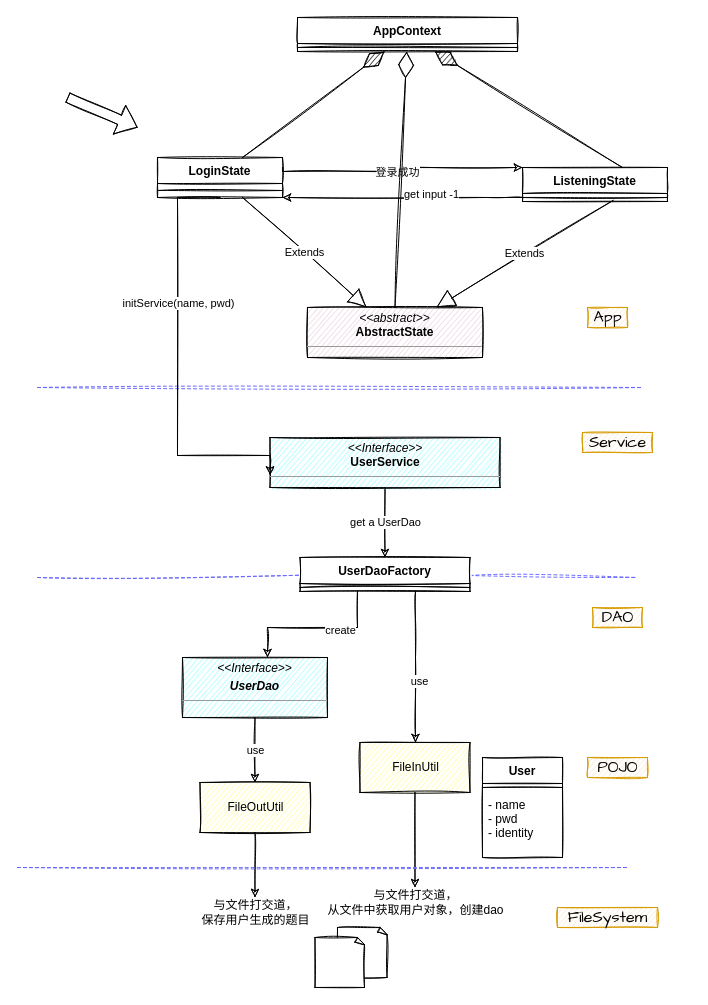
The draw.io diagram Untitled Diagram.drawio in bankarian/pics, before the edit. Source tidied: cells renumbered, new cells numbered last; positions are measured from the earlier drawing's top-left corner, leaving out a move shared by most shapes. Both pictures are drawn from the tidied source at 100%, with x=0, y=0 at pixel (17, 17).
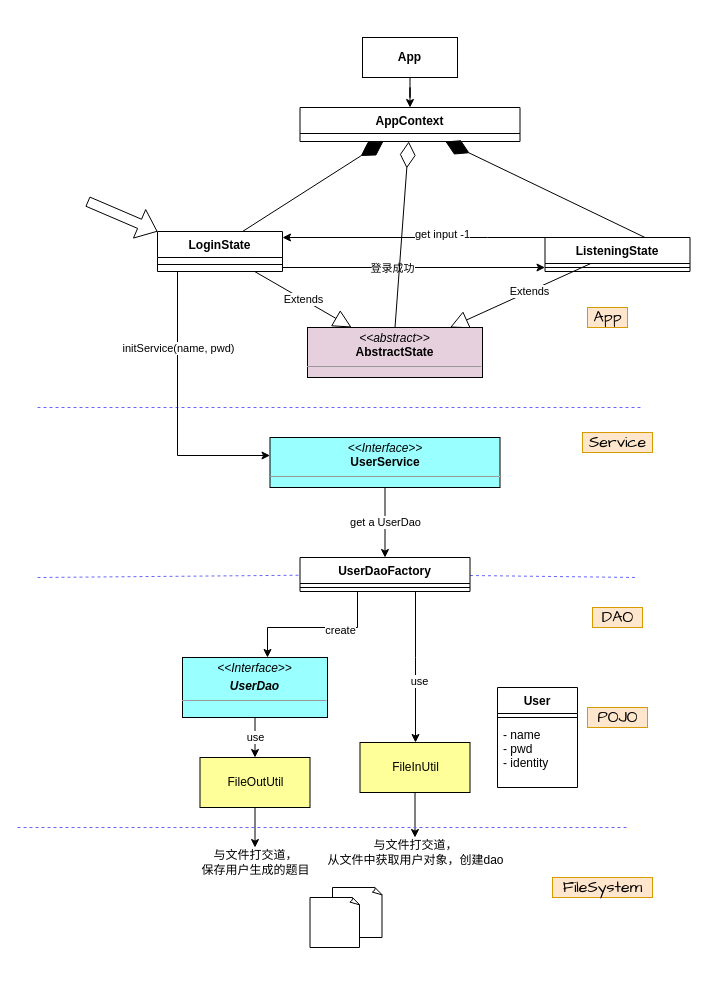
Above is the later version.

What changed in the source:
```diff
@@
-    <mxCell id="2" style="endArrow=none;dashed=1;html=1;sketch=1;strokeColor=#6666FF;" parent="1" edge="1" source="49">
+    <mxCell id="2" style="endArrow=none;dashed=1;html=1;strokeColor=#6666FF;" parent="1" edge="1" source="49">
       <mxGeometry relative="1" as="geometry">
         <mxPoint x="620" y="560" as="targetPoint" />
       </mxGeometry>
     </mxCell>
-    <mxCell id="3" value="DAO" style="text;html=1;align=center;verticalAlign=middle;fillColor=#ffe6cc;strokeColor=#d79b00;fontFamily=Comic Sans MS;fontSize=16;sketch=1;" parent="1" vertex="1">
+    <mxCell id="3" value="DAO" style="text;html=1;align=center;verticalAlign=middle;fillColor=#ffe6cc;strokeColor=#d79b00;fontFamily=Comic Sans MS;fontSize=16;" parent="1" vertex="1">
       <mxGeometry x="575" y="590" width="50" height="20" as="geometry" />
     </mxCell>
-    <mxCell id="4" style="endArrow=none;dashed=1;html=1;sketch=1;strokeColor=#6666FF;" parent="1" edge="1">
+    <mxCell id="4" style="endArrow=none;dashed=1;html=1;strokeColor=#6666FF;" parent="1" edge="1">
       <mxGeometry relative="1" as="geometry">
-        <mxPoint x="20" y="370" as="sourcePoint" />
-        <mxPoint x="625" y="370" as="targetPoint" />
+        <mxPoint x="20" y="390" as="sourcePoint" />
+        <mxPoint x="625" y="390" as="targetPoint" />
       </mxGeometry>
     </mxCell>
-    <mxCell id="5" value="Service" style="text;html=1;align=center;verticalAlign=middle;fillColor=#ffe6cc;strokeColor=#d79b00;fontFamily=Comic Sans MS;fontSize=16;sketch=1;" parent="1" vertex="1">
+    <mxCell id="5" value="Service" style="text;html=1;align=center;verticalAlign=middle;fillColor=#ffe6cc;strokeColor=#d79b00;fontFamily=Comic Sans MS;fontSize=16;" parent="1" vertex="1">
       <mxGeometry x="565" y="415" width="70" height="20" as="geometry" />
     </mxCell>
-    <mxCell id="6" value="App" style="text;html=1;align=center;verticalAlign=middle;fillColor=#ffe6cc;strokeColor=#d79b00;fontFamily=Comic Sans MS;fontSize=16;sketch=1;" parent="1" vertex="1">
+    <mxCell id="6" value="App" style="text;html=1;align=center;verticalAlign=middle;fillColor=#ffe6cc;strokeColor=#d79b00;fontFamily=Comic Sans MS;fontSize=16;" parent="1" vertex="1">
       <mxGeometry x="570" y="290" width="40" height="20" as="geometry" />
     </mxCell>
-    <mxCell id="7" value="use" style="edgeStyle=orthogonalEdgeStyle;rounded=0;sketch=1;jettySize=auto;html=1;strokeColor=#000000;" parent="1" edge="1" source="10" target="39">
+    <mxCell id="7" value="use" style="edgeStyle=orthogonalEdgeStyle;rounded=0;jettySize=auto;html=1;strokeColor=#000000;" parent="1" edge="1" source="10" target="39">
       <mxGeometry relative="1" as="geometry" />
     </mxCell>
-    <mxCell id="8" value="AppContext" style="swimlane;fontStyle=1;align=center;verticalAlign=top;horizontal=1;startSize=26;sketch=1;" parent="1" vertex="1">
-      <mxGeometry x="280" width="220" height="34" as="geometry" />
-    </mxCell>
-    <mxCell id="9" style="line;strokeWidth=1;fillColor=none;align=left;verticalAlign=middle;spacingTop=-1;spacingLeft=3;spacingRight=3;labelPosition=right;sketch=1;" parent="8" vertex="1">
-      <mxGeometry y="26" width="220" height="8" as="geometry" />
-    </mxCell>
-    <mxCell id="10" value="&lt;p style=&quot;margin: 0px ; margin-top: 4px ; text-align: center&quot;&gt;&lt;i&gt;&amp;lt;&amp;lt;Interface&amp;gt;&amp;gt;&lt;/i&gt;&lt;br&gt;&lt;/p&gt;&lt;p style=&quot;margin: 0px ; margin-top: 4px ; text-align: center&quot;&gt;&lt;i&gt;&lt;b&gt;UserDao&lt;/b&gt;&lt;/i&gt;&lt;/p&gt;&lt;hr size=&quot;1&quot;&gt;&lt;p style=&quot;margin: 0px ; margin-left: 4px&quot;&gt;&lt;br&gt;&lt;/p&gt;&lt;p style=&quot;margin: 0px ; margin-left: 4px&quot;&gt;&lt;br&gt;&lt;/p&gt;" style="verticalAlign=top;align=left;overflow=fill;fontSize=12;fontFamily=Helvetica;html=1;sketch=1;fillColor=#99FFFF;" parent="1" vertex="1">
+    <mxCell id="10" value="&lt;p style=&quot;margin: 0px ; margin-top: 4px ; text-align: center&quot;&gt;&lt;i&gt;&amp;lt;&amp;lt;Interface&amp;gt;&amp;gt;&lt;/i&gt;&lt;br&gt;&lt;/p&gt;&lt;p style=&quot;margin: 0px ; margin-top: 4px ; text-align: center&quot;&gt;&lt;i&gt;&lt;b&gt;UserDao&lt;/b&gt;&lt;/i&gt;&lt;/p&gt;&lt;hr size=&quot;1&quot;&gt;&lt;p style=&quot;margin: 0px ; margin-left: 4px&quot;&gt;&lt;br&gt;&lt;/p&gt;&lt;p style=&quot;margin: 0px ; margin-left: 4px&quot;&gt;&lt;br&gt;&lt;/p&gt;" style="verticalAlign=top;align=left;overflow=fill;fontSize=12;fontFamily=Helvetica;html=1;fillColor=#99FFFF;" parent="1" vertex="1">
       <mxGeometry x="165" y="640" width="145" height="60" as="geometry" />
     </mxCell>
-    <mxCell id="11" value="LoginState" style="swimlane;fontStyle=1;align=center;verticalAlign=top;horizontal=1;startSize=26;sketch=1;" parent="1" vertex="1">
-      <mxGeometry x="140" y="140" width="125" height="40" as="geometry" />
-    </mxCell>
-    <mxCell id="12" style="endArrow=diamondThin;endFill=1;endSize=24;html=1;sketch=1;" parent="11" edge="1" target="8">
-      <mxGeometry relative="1" as="geometry">
-        <mxPoint x="85" as="sourcePoint" />
-      </mxGeometry>
-    </mxCell>
-    <mxCell id="13" style="line;strokeWidth=1;fillColor=none;align=left;verticalAlign=middle;spacingTop=-1;spacingLeft=3;spacingRight=3;labelPosition=right;sketch=1;" parent="11" vertex="1">
-      <mxGeometry y="26" width="125" height="14" as="geometry" />
-    </mxCell>
-    <mxCell id="14" value="ListeningState" style="swimlane;fontStyle=1;align=center;verticalAlign=top;horizontal=1;startSize=26;sketch=1;" parent="1" vertex="1">
-      <mxGeometry x="505" y="150" width="145" height="34" as="geometry" />
-    </mxCell>
-    <mxCell id="15" style="endArrow=diamondThin;endFill=1;endSize=24;html=1;sketch=1;" parent="14" edge="1" target="8">
-      <mxGeometry relative="1" as="geometry">
-        <mxPoint x="100" as="sourcePoint" />
-      </mxGeometry>
-    </mxCell>
-    <mxCell id="16" style="line;strokeWidth=1;fillColor=none;align=left;verticalAlign=middle;spacingTop=-1;spacingLeft=3;spacingRight=3;labelPosition=right;sketch=1;" parent="14" vertex="1">
-      <mxGeometry y="26" width="145" height="8" as="geometry" />
-    </mxCell>
-    <mxCell id="17" value="与文件打交道，&lt;br&gt;从文件中获取用户对象，创建dao" style="text;html=1;align=center;verticalAlign=middle;points=[];sketch=1;" parent="1" vertex="1">
-      <mxGeometry x="302.5" y="870" width="190" height="30" as="geometry" />
+    <mxCell id="17" value="与文件打交道，&lt;br&gt;从文件中获取用户对象，创建dao" style="text;html=1;align=center;verticalAlign=middle;points=[];" parent="1" vertex="1">
+      <mxGeometry x="302.5" y="820" width="190" height="30" as="geometry" />
     </mxCell>
-    <mxCell id="18" value="get a UserDao" style="edgeStyle=orthogonalEdgeStyle;rounded=0;jettySize=auto;html=1;sketch=1;" parent="1" edge="1" source="19" target="49">
+    <mxCell id="18" value="get a UserDao" style="edgeStyle=orthogonalEdgeStyle;rounded=0;jettySize=auto;html=1;" parent="1" edge="1" source="19" target="49">
       <mxGeometry relative="1" as="geometry" />
     </mxCell>
-    <mxCell id="19" value="&lt;p style=&quot;margin: 0px ; margin-top: 4px ; text-align: center&quot;&gt;&lt;i&gt;&amp;lt;&amp;lt;Interface&amp;gt;&amp;gt;&lt;/i&gt;&lt;br&gt;&lt;b&gt;UserService&lt;/b&gt;&lt;/p&gt;&lt;hr size=&quot;1&quot;&gt;&lt;p style=&quot;margin: 0px ; margin-left: 4px&quot;&gt;&lt;br&gt;&lt;/p&gt;" style="verticalAlign=top;align=left;overflow=fill;fontSize=12;fontFamily=Helvetica;html=1;sketch=1;fillColor=#99FFFF;" parent="1" vertex="1">
+    <mxCell id="19" value="&lt;p style=&quot;margin: 0px ; margin-top: 4px ; text-align: center&quot;&gt;&lt;i&gt;&amp;lt;&amp;lt;Interface&amp;gt;&amp;gt;&lt;/i&gt;&lt;br&gt;&lt;b&gt;UserService&lt;/b&gt;&lt;/p&gt;&lt;hr size=&quot;1&quot;&gt;&lt;p style=&quot;margin: 0px ; margin-left: 4px&quot;&gt;&lt;br&gt;&lt;/p&gt;" style="verticalAlign=top;align=left;overflow=fill;fontSize=12;fontFamily=Helvetica;html=1;fillColor=#99FFFF;" parent="1" vertex="1">
       <mxGeometry x="252.5" y="420" width="230" height="50" as="geometry" />
     </mxCell>
-    <mxCell id="20" style="edgeStyle=orthogonalEdgeStyle;rounded=0;jettySize=auto;html=1;exitX=1;exitY=0.25;exitDx=0;exitDy=0;sketch=1;" parent="1" edge="1" source="11" target="14">
+    <mxCell id="20" style="edgeStyle=orthogonalEdgeStyle;rounded=0;jettySize=auto;html=1;exitX=1;exitY=0.25;exitDx=0;exitDy=0;" parent="1" edge="1" source="11" target="14">
       <mxGeometry relative="1" as="geometry">
         <Array as="points">
-          <mxPoint x="385" y="154" />
-          <mxPoint x="385" y="150" />
+          <mxPoint x="265" y="250" />
         </Array>
       </mxGeometry>
     </mxCell>
-    <mxCell id="21" value="登录成功" style="edgeLabel;html=1;align=center;verticalAlign=middle;sketch=1;" parent="20" vertex="1">
+    <mxCell id="21" value="登录成功" style="edgeLabel;html=1;align=center;verticalAlign=middle;" parent="20" vertex="1">
       <mxGeometry x="-0.17" y="-2" relative="1" as="geometry">
         <mxPoint x="15" y="-2" as="offset" />
       </mxGeometry>
     </mxCell>
-    <mxCell id="22" value="Extends" style="endArrow=block;endSize=16;endFill=0;html=1;exitX=0.478;exitY=1.115;exitDx=0;exitDy=0;exitPerimeter=0;sketch=1;" parent="1" edge="1" target="44">
-      <mxGeometry relative="1" as="geometry">
-        <mxPoint x="595.6" y="183" as="sourcePoint" />
-      </mxGeometry>
+    <mxCell id="22" value="Extends" style="endArrow=block;endSize=16;endFill=0;html=1;exitX=0.445;exitY=0.515;exitDx=0;exitDy=0;exitPerimeter=0;" parent="1" edge="1" source="14" target="44">
+      <mxGeometry relative="1" as="geometry" />
     </mxCell>
-    <mxCell id="23" value="Extends" style="endArrow=block;endSize=16;endFill=0;html=1;sketch=1;" parent="1" edge="1" source="11" target="44">
+    <mxCell id="23" value="Extends" style="endArrow=block;endSize=16;endFill=0;html=1;" parent="1" edge="1" source="11" target="44">
       <mxGeometry relative="1" as="geometry" />
     </mxCell>
-    <mxCell id="24" style="edgeStyle=orthogonalEdgeStyle;rounded=0;jettySize=auto;html=1;sketch=1;" parent="1" edge="1" source="14" target="11">
+    <mxCell id="24" style="edgeStyle=orthogonalEdgeStyle;rounded=0;jettySize=auto;html=1;" parent="1" edge="1" source="14" target="11">
       <mxGeometry relative="1" as="geometry">
         <Array as="points">
-          <mxPoint x="470" y="180" />
-          <mxPoint x="470" y="180" />
+          <mxPoint x="470" y="220" />
+          <mxPoint x="470" y="220" />
         </Array>
       </mxGeometry>
     </mxCell>
-    <mxCell id="25" value="get input -1" style="edgeLabel;html=1;align=center;verticalAlign=middle;sketch=1;" parent="24" vertex="1">
+    <mxCell id="25" value="get input -1" style="edgeLabel;html=1;align=center;verticalAlign=middle;" parent="24" vertex="1">
       <mxGeometry x="-0.04" y="-1" relative="1" as="geometry">
         <mxPoint x="23" y="-3" as="offset" />
       </mxGeometry>
     </mxCell>
-    <mxCell id="26" style="shape=flexArrow;endArrow=classic;html=1;sketch=1;" parent="1" edge="1">
+    <mxCell id="26" style="shape=flexArrow;endArrow=classic;html=1;" parent="1" edge="1">
       <mxGeometry relative="1" as="geometry">
-        <mxPoint x="50" y="80" as="sourcePoint" />
-        <mxPoint x="120" y="110" as="targetPoint" />
+        <mxPoint x="70" y="184" as="sourcePoint" />
+        <mxPoint x="140" y="214" as="targetPoint" />
       </mxGeometry>
     </mxCell>
+    <mxCell id="8" value="AppContext" style="swimlane;fontStyle=1;align=center;verticalAlign=top;horizontal=1;startSize=26;" parent="1" vertex="1">
+      <mxGeometry x="282.5" y="90" width="220" height="34" as="geometry" />
+    </mxCell>
-    <mxCell id="27" style="whiteSpace=wrap;html=1;shape=mxgraph.basic.document;sketch=1;" parent="1" vertex="1">
-      <mxGeometry x="320" y="910" width="50" height="50" as="geometry" />
+    <mxCell id="27" style="whiteSpace=wrap;html=1;shape=mxgraph.basic.document;" parent="1" vertex="1">
+      <mxGeometry x="315" y="870" width="50" height="50" as="geometry" />
     </mxCell>
-    <mxCell id="28" style="edgeStyle=orthogonalEdgeStyle;rounded=0;jettySize=auto;html=1;sketch=1;" parent="1" edge="1" source="49" target="10">
+    <mxCell id="28" style="edgeStyle=orthogonalEdgeStyle;rounded=0;jettySize=auto;html=1;" parent="1" edge="1" source="49" target="10">
       <mxGeometry relative="1" as="geometry">
         <Array as="points">
           <mxPoint x="340" y="610" />
           <mxPoint x="250" y="610" />
         </Array>
       </mxGeometry>
     </mxCell>
@@
-    <mxCell id="30" style="edgeStyle=orthogonalEdgeStyle;rounded=0;sketch=1;jettySize=auto;html=1;strokeColor=#000000;" parent="1" edge="1" source="49" target="37">
+    <mxCell id="30" style="edgeStyle=orthogonalEdgeStyle;rounded=0;jettySize=auto;html=1;strokeColor=#000000;" parent="1" edge="1" source="49" target="37">
       <mxGeometry relative="1" as="geometry">
         <Array as="points">
           <mxPoint x="398" y="640" />
           <mxPoint x="398" y="640" />
         </Array>
       </mxGeometry>
     </mxCell>
@@
-    <mxCell id="32" style="endArrow=diamondThin;endFill=0;endSize=24;html=1;sketch=1;exitX=0.5;exitY=0;exitDx=0;exitDy=0;" parent="1" edge="1" source="44" target="8">
+    <mxCell id="32" style="endArrow=diamondThin;endFill=0;endSize=24;html=1;exitX=0.5;exitY=0;exitDx=0;exitDy=0;" parent="1" edge="1" source="44" target="8">
       <mxGeometry relative="1" as="geometry" />
     </mxCell>
-    <mxCell id="33" value="POJO" style="text;html=1;align=center;verticalAlign=middle;fillColor=#ffe6cc;strokeColor=#d79b00;fontFamily=Comic Sans MS;fontSize=16;sketch=1;" parent="1" vertex="1">
-      <mxGeometry x="570" y="740" width="60" height="20" as="geometry" />
+    <mxCell id="33" value="POJO" style="text;html=1;align=center;verticalAlign=middle;fillColor=#ffe6cc;strokeColor=#d79b00;fontFamily=Comic Sans MS;fontSize=16;" parent="1" vertex="1">
+      <mxGeometry x="570" y="690" width="60" height="20" as="geometry" />
     </mxCell>
-    <mxCell id="34" value="与文件打交道，&lt;br&gt;保存用户生成的题目" style="text;html=1;align=center;verticalAlign=middle;points=[];sketch=1;" parent="1" vertex="1">
-      <mxGeometry x="177.5" y="880" width="120" height="30" as="geometry" />
+    <mxCell id="34" value="与文件打交道，&lt;br&gt;保存用户生成的题目" style="text;html=1;align=center;verticalAlign=middle;points=[];" parent="1" vertex="1">
+      <mxGeometry x="177.5" y="830" width="120" height="30" as="geometry" />
     </mxCell>
-    <mxCell id="35" style="whiteSpace=wrap;html=1;shape=mxgraph.basic.document;sketch=1;" parent="1" vertex="1">
-      <mxGeometry x="297.5" y="920" width="50" height="50" as="geometry" />
+    <mxCell id="35" style="whiteSpace=wrap;html=1;shape=mxgraph.basic.document;" parent="1" vertex="1">
+      <mxGeometry x="292.5" y="880" width="50" height="50" as="geometry" />
     </mxCell>
-    <mxCell id="36" style="edgeStyle=orthogonalEdgeStyle;rounded=0;sketch=1;jettySize=auto;html=1;strokeColor=#000000;" parent="1" edge="1" source="37" target="17">
-      <mxGeometry relative="1" as="geometry">
-        <Array as="points">
-          <mxPoint x="340" y="895" />
-          <mxPoint x="340" y="895" />
-        </Array>
-      </mxGeometry>
+    <mxCell id="36" style="edgeStyle=orthogonalEdgeStyle;rounded=0;jettySize=auto;html=1;" parent="1" edge="1" source="37" target="17">
+      <mxGeometry relative="1" as="geometry" />
     </mxCell>
-    <mxCell id="37" value="FileInUtil" style="html=1;sketch=1;fillColor=#FFFF99;" parent="1" vertex="1">
+    <mxCell id="37" value="FileInUtil" style="html=1;fillColor=#FFFF99;" parent="1" vertex="1">
       <mxGeometry x="342.5" y="725" width="110" height="50" as="geometry" />
     </mxCell>
-    <mxCell id="38" style="edgeStyle=orthogonalEdgeStyle;rounded=0;sketch=1;jettySize=auto;html=1;strokeColor=#000000;" parent="1" edge="1" source="39" target="34">
+    <mxCell id="38" style="edgeStyle=orthogonalEdgeStyle;rounded=0;jettySize=auto;html=1;strokeColor=#000000;" parent="1" edge="1" source="39" target="34">
       <mxGeometry relative="1" as="geometry" />
     </mxCell>
-    <mxCell id="39" value="FileOutUtil" style="html=1;sketch=1;fillColor=#FFFF99;" parent="1" vertex="1">
-      <mxGeometry x="182.5" y="765" width="110" height="50" as="geometry" />
+    <mxCell id="39" value="FileOutUtil" style="html=1;fillColor=#FFFF99;" parent="1" vertex="1">
+      <mxGeometry x="182.5" y="740" width="110" height="50" as="geometry" />
     </mxCell>
-    <mxCell id="40" style="endArrow=none;dashed=1;html=1;sketch=1;strokeColor=#6666FF;" parent="1" edge="1">
+    <mxCell id="40" style="endArrow=none;dashed=1;html=1;strokeColor=#6666FF;" parent="1" edge="1">
       <mxGeometry relative="1" as="geometry">
-        <mxPoint y="850" as="sourcePoint" />
-        <mxPoint x="610" y="850" as="targetPoint" />
+        <mxPoint y="810" as="sourcePoint" />
+        <mxPoint x="610" y="810" as="targetPoint" />
       </mxGeometry>
     </mxCell>
-    <mxCell id="41" value="FileSystem" style="text;html=1;align=center;verticalAlign=middle;fillColor=#ffe6cc;strokeColor=#d79b00;fontFamily=Comic Sans MS;fontSize=16;sketch=1;" parent="1" vertex="1">
-      <mxGeometry x="540" y="890" width="100" height="20" as="geometry" />
+    <mxCell id="41" value="FileSystem" style="text;html=1;align=center;verticalAlign=middle;fillColor=#ffe6cc;strokeColor=#d79b00;fontFamily=Comic Sans MS;fontSize=16;" parent="1" vertex="1">
+      <mxGeometry x="535" y="860" width="100" height="20" as="geometry" />
     </mxCell>
-    <mxCell id="42" style="edgeStyle=orthogonalEdgeStyle;rounded=0;sketch=1;jettySize=auto;html=1;entryX=0;entryY=0.75;entryDx=0;entryDy=0;strokeColor=#000000;exitX=0.5;exitY=1;exitDx=0;exitDy=0;" parent="1" edge="1" source="11" target="19">
+    <mxCell id="42" style="edgeStyle=orthogonalEdgeStyle;rounded=0;jettySize=auto;html=1;strokeColor=#000000;exitX=0.5;exitY=1;exitDx=0;exitDy=0;" parent="1" edge="1" source="11" target="19">
       <mxGeometry relative="1" as="geometry">
         <Array as="points">
-          <mxPoint x="160" y="180" />
+          <mxPoint x="160" y="254" />
           <mxPoint x="160" y="438" />
         </Array>
       </mxGeometry>
     </mxCell>
@@
-    <mxCell id="44" value="&lt;p style=&quot;margin: 0px ; margin-top: 4px ; text-align: center&quot;&gt;&lt;i&gt;&amp;lt;&amp;lt;abstract&amp;gt;&amp;gt;&lt;/i&gt;&lt;br&gt;&lt;b&gt;AbstractState&lt;/b&gt;&lt;/p&gt;&lt;hr size=&quot;1&quot;&gt;&lt;p style=&quot;margin: 0px ; margin-left: 4px&quot;&gt;&lt;br&gt;&lt;/p&gt;&lt;hr size=&quot;1&quot;&gt;&lt;p style=&quot;margin: 0px ; margin-left: 4px&quot;&gt;&lt;br&gt;&lt;/p&gt;" style="verticalAlign=top;align=left;overflow=fill;fontSize=12;fontFamily=Helvetica;html=1;sketch=1;fillColor=#E6D0DE;" parent="1" vertex="1">
-      <mxGeometry x="290" y="290" width="175" height="50" as="geometry" />
+    <mxCell id="44" value="&lt;p style=&quot;margin: 0px ; margin-top: 4px ; text-align: center&quot;&gt;&lt;i&gt;&amp;lt;&amp;lt;abstract&amp;gt;&amp;gt;&lt;/i&gt;&lt;br&gt;&lt;b&gt;AbstractState&lt;/b&gt;&lt;/p&gt;&lt;hr size=&quot;1&quot;&gt;&lt;p style=&quot;margin: 0px ; margin-left: 4px&quot;&gt;&lt;br&gt;&lt;/p&gt;&lt;hr size=&quot;1&quot;&gt;&lt;p style=&quot;margin: 0px ; margin-left: 4px&quot;&gt;&lt;br&gt;&lt;/p&gt;" style="verticalAlign=top;align=left;overflow=fill;fontSize=12;fontFamily=Helvetica;html=1;fillColor=#E6D0DE;" parent="1" vertex="1">
+      <mxGeometry x="290" y="310" width="175" height="50" as="geometry" />
     </mxCell>
-    <mxCell id="45" style="endArrow=none;dashed=1;html=1;sketch=1;strokeColor=#6666FF;" parent="1" edge="1" target="49">
+    <mxCell id="45" style="endArrow=none;dashed=1;html=1;strokeColor=#6666FF;" parent="1" edge="1" target="49">
       <mxGeometry relative="1" as="geometry">
         <mxPoint x="20" y="560" as="sourcePoint" />
       </mxGeometry>
     </mxCell>
+    <mxCell id="49" value="UserDaoFactory" style="swimlane;fontStyle=1;align=center;verticalAlign=top;horizontal=1;startSize=26;" parent="1" vertex="1">
+      <mxGeometry x="282.5" y="540" width="170" height="34" as="geometry" />
+    </mxCell>
+    <mxCell id="50" style="line;strokeWidth=1;fillColor=none;align=left;verticalAlign=middle;spacingTop=-1;spacingLeft=3;spacingRight=3;labelPosition=right;" parent="49" vertex="1">
+      <mxGeometry y="26" width="170" height="8" as="geometry" />
+    </mxCell>
+    <mxCell id="14" value="ListeningState" style="swimlane;fontStyle=1;align=center;verticalAlign=top;horizontal=1;startSize=26;" parent="1" vertex="1">
+      <mxGeometry x="527.5" y="220" width="145" height="34" as="geometry" />
+    </mxCell>
+    <mxCell id="15" style="endArrow=diamondThin;endFill=1;endSize=24;html=1;" parent="14" edge="1" target="8">
+      <mxGeometry relative="1" as="geometry">
+        <mxPoint x="100" as="sourcePoint" />
+      </mxGeometry>
+    </mxCell>
+    <mxCell id="16" style="line;strokeWidth=1;fillColor=none;align=left;verticalAlign=middle;spacingTop=-1;spacingLeft=3;spacingRight=3;labelPosition=right;" parent="14" vertex="1">
+      <mxGeometry y="26" width="145" height="8" as="geometry" />
+    </mxCell>
+    <mxCell id="11" value="LoginState" style="swimlane;fontStyle=1;align=center;verticalAlign=top;horizontal=1;startSize=26;" parent="1" vertex="1">
+      <mxGeometry x="140" y="214" width="125" height="40" as="geometry" />
+    </mxCell>
+    <mxCell id="12" style="endArrow=diamondThin;endFill=1;endSize=24;html=1;" parent="11" edge="1" target="8">
+      <mxGeometry relative="1" as="geometry">
+        <mxPoint x="85" as="sourcePoint" />
+      </mxGeometry>
+    </mxCell>
+    <mxCell id="13" style="line;strokeWidth=1;fillColor=none;align=left;verticalAlign=middle;spacingTop=-1;spacingLeft=3;spacingRight=3;labelPosition=right;" parent="11" vertex="1">
+      <mxGeometry y="26" width="125" height="14" as="geometry" />
+    </mxCell>
-    <mxCell id="46" value="User" style="swimlane;fontStyle=1;align=center;verticalAlign=top;horizontal=1;startSize=26;sketch=1;" parent="1" vertex="1">
-      <mxGeometry x="465" y="740" width="80" height="100" as="geometry" />
+    <mxCell id="46" value="User" style="swimlane;fontStyle=1;align=center;verticalAlign=top;horizontal=1;startSize=26;" parent="1" vertex="1">
+      <mxGeometry x="480" y="670" width="80" height="100" as="geometry" />
     </mxCell>
-    <mxCell id="47" style="line;strokeWidth=1;fillColor=none;align=left;verticalAlign=middle;spacingTop=-1;spacingLeft=3;spacingRight=3;labelPosition=right;sketch=1;" parent="46" vertex="1">
+    <mxCell id="47" style="line;strokeWidth=1;fillColor=none;align=left;verticalAlign=middle;spacingTop=-1;spacingLeft=3;spacingRight=3;labelPosition=right;" parent="46" vertex="1">
       <mxGeometry y="26" width="80" height="8" as="geometry" />
     </mxCell>
-    <mxCell id="48" value="- name&#10;- pwd&#10;- identity" style="text;strokeColor=none;fillColor=none;align=left;verticalAlign=top;spacingLeft=4;spacingRight=4;overflow=hidden;sketch=1;" parent="46" vertex="1">
+    <mxCell id="48" value="- name&#10;- pwd&#10;- identity" style="text;strokeColor=none;fillColor=none;align=left;verticalAlign=top;spacingLeft=4;spacingRight=4;overflow=hidden;" parent="46" vertex="1">
       <mxGeometry y="34" width="80" height="66" as="geometry" />
     </mxCell>
-    <mxCell id="49" value="UserDaoFactory" style="swimlane;fontStyle=1;align=center;verticalAlign=top;horizontal=1;startSize=26;sketch=1;" parent="1" vertex="1">
-      <mxGeometry x="282.5" y="540" width="170" height="34" as="geometry" />
-    </mxCell>
-    <mxCell id="50" style="line;strokeWidth=1;fillColor=none;align=left;verticalAlign=middle;spacingTop=-1;spacingLeft=3;spacingRight=3;labelPosition=right;sketch=1;" parent="49" vertex="1">
-      <mxGeometry y="26" width="170" height="8" as="geometry" />
-    </mxCell>
+    <mxCell id="51" style="edgeStyle=orthogonalEdgeStyle;rounded=0;jettySize=auto;html=1;" parent="1" edge="1" source="52" target="8">
+      <mxGeometry relative="1" as="geometry" />
+    </mxCell>
+    <mxCell id="52" value="&lt;b&gt;App&lt;/b&gt;" style="rounded=0;whiteSpace=wrap;html=1;fillColor=#FFFFFF;" parent="1" vertex="1">
+      <mxGeometry x="345" y="20" width="95" height="40" as="geometry" />
+    </mxCell>
```
